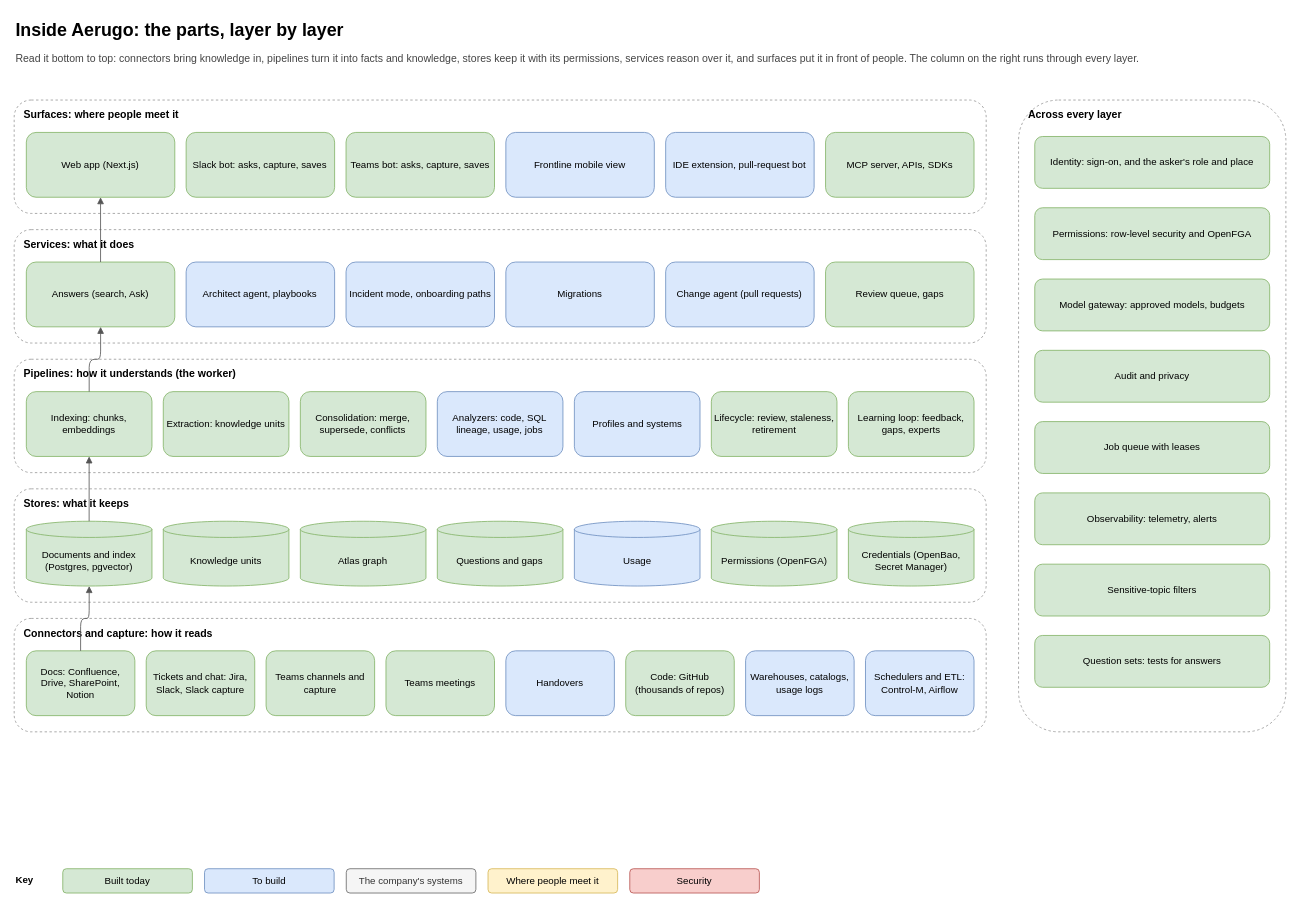
aerugo-hq/aerugo-self-host keeps this draw.io diagram as page "2. Components" (2 of 10) of docs/architecture/aerugo-architecture.drawio. Above is the earlier version. Source tidied: cells renumbered, new cells numbered last; positions are measured from the earlier drawing's top-left corner, leaving out a move shared by most shapes. Both pictures are drawn from the tidied source at 81%, with x=0, y=0 at pixel (14, 14).
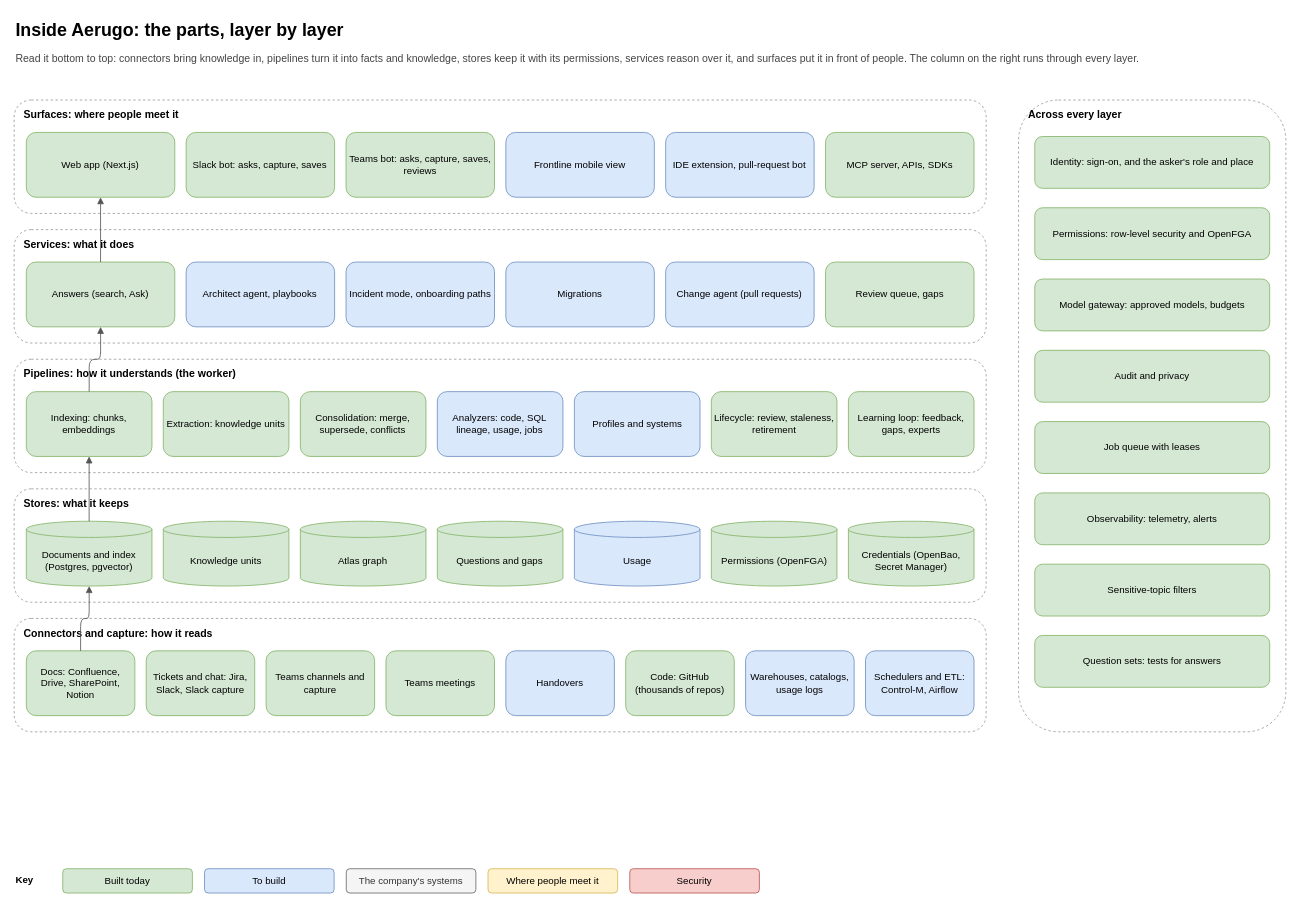
After the change.

Change to the diagram source:
```diff
@@
-    <mxCell id="7" value="Teams bot: asks, capture, saves" style="rounded=1;whiteSpace=wrap;html=1;fillColor=#d5e8d4;strokeColor=#82b366;fontSize=12;" parent="1" vertex="1">
+    <mxCell id="7" value="Teams bot: asks, capture, saves, reviews" style="rounded=1;whiteSpace=wrap;html=1;fillColor=#d5e8d4;strokeColor=#82b366;fontSize=12;" parent="1" vertex="1">
       <mxGeometry x="409.7" y="146" width="183.3" height="80" as="geometry" />
     </mxCell>
```
